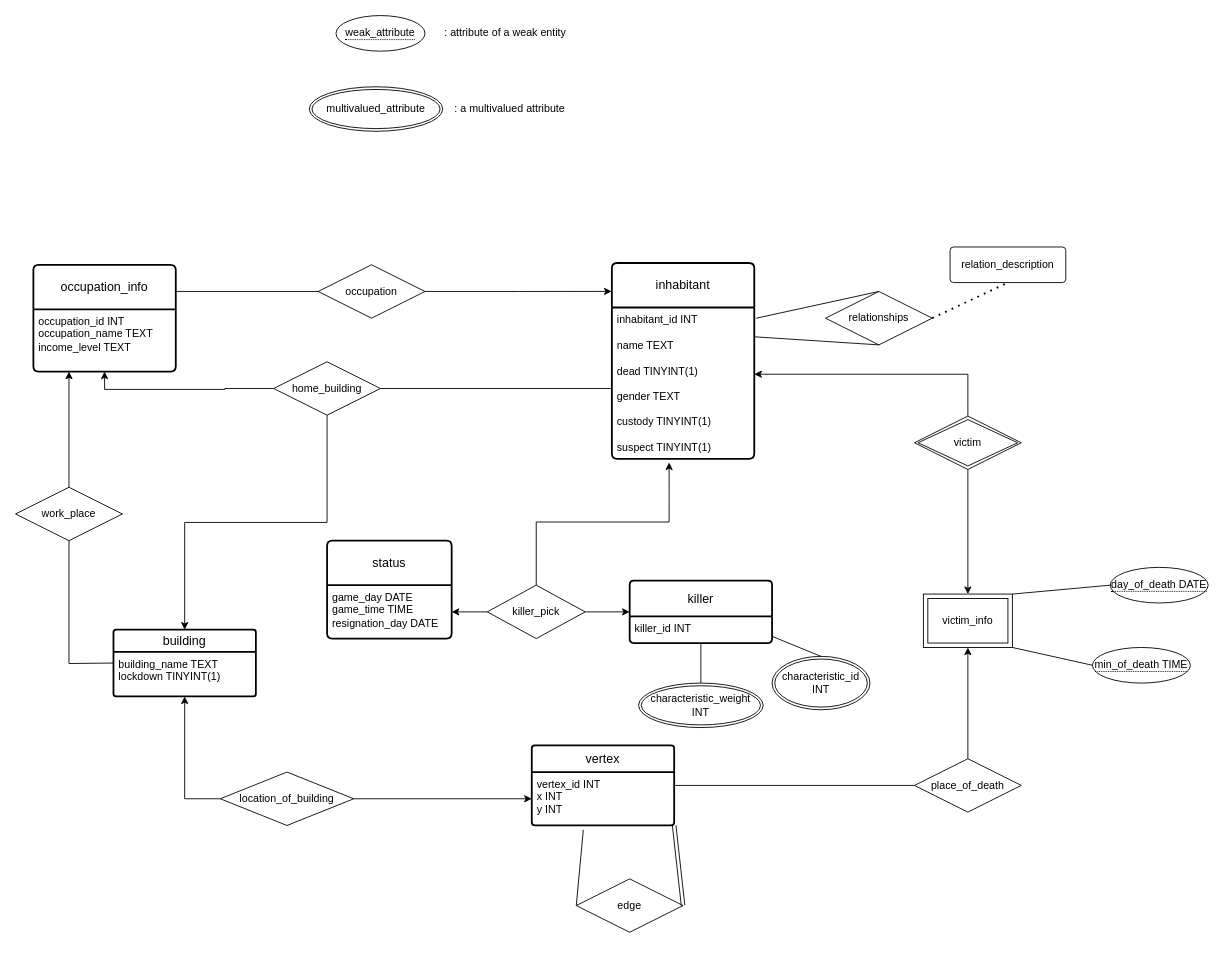
Before: ER_model.drawio in chikubidestroyer/D.-Simulator, a draw.io diagram. Source tidied: cells renumbered, new cells numbered last; positions are measured from the earlier drawing's top-left corner, leaving out a move shared by most shapes. Both pictures are drawn from the tidied source at 89%, with x=0, y=0 at pixel (15, 15).
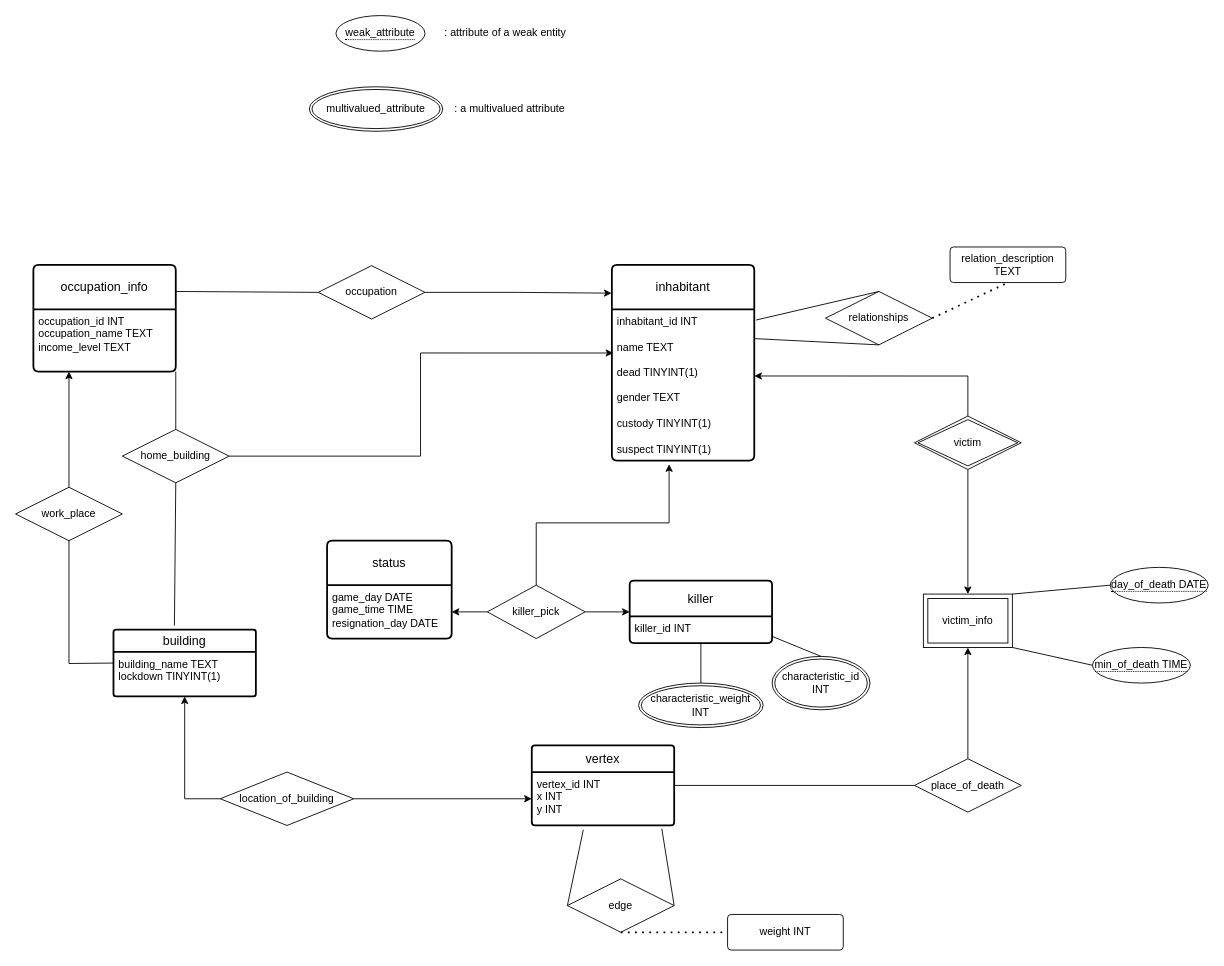
Above is the later version.

The change refers to these unchanged cells:
```xml
<mxCell id="7" value="inhabitant_id INT&lt;br&gt;&lt;br&gt;name TEXT&lt;br&gt;&lt;br style=&quot;border-color: var(--border-color); padding: 0px; margin: 0px;&quot;&gt;dead TINYINT(1)&lt;br&gt;&lt;br style=&quot;border-color: var(--border-color); padding: 0px; margin: 0px;&quot;&gt;gender TEXT&lt;br&gt;&lt;br style=&quot;border-color: var(--border-color); padding: 0px; margin: 0px;&quot;&gt;custody TINYINT(1)&lt;br&gt;&lt;br&gt;suspect TINYINT(1)" style="align=left;strokeColor=none;fillColor=none;spacingLeft=4;fontSize=12;verticalAlign=top;html=1;" parent="6" vertex="1">
  <mxGeometry y="50" width="160" height="170" as="geometry" />
</mxCell>
<mxCell id="15" value="vertex_id INT&lt;br&gt;x INT&lt;br&gt;y INT" style="align=left;strokeColor=none;fillColor=none;spacingLeft=4;fontSize=12;verticalAlign=top;html=1;" parent="14" vertex="1">
  <mxGeometry y="30" width="160" height="60" as="geometry" />
</mxCell>
<mxCell id="26" value="building" style="swimlane;horizontal=1;startSize=25;rounded=1;fontSize=14;fontStyle=0;strokeWidth=2;shadow=0;dashed=0;align=center;arcSize=4;whiteSpace=wrap;html=1;" parent="1" vertex="1">
  <mxGeometry x="110" y="690" width="160" height="75" as="geometry" />
</mxCell>
<mxCell id="36" value="occupation_id INT&lt;br&gt;occupation_name TEXT&lt;br&gt;income_level TEXT" style="align=left;strokeColor=none;fillColor=none;spacingLeft=4;fontSize=12;verticalAlign=top;html=1;" parent="35" vertex="1">
  <mxGeometry y="50" width="160" height="70" as="geometry" />
</mxCell>
```

What changed in the source:
```diff
@@
-    <mxCell id="3" value="relation_description" style="rounded=1;arcSize=10;whiteSpace=wrap;html=1;align=center;" parent="1" vertex="1">
+    <mxCell id="3" value="relation_description TEXT" style="rounded=1;arcSize=10;whiteSpace=wrap;html=1;align=center;" parent="1" vertex="1">
       <mxGeometry x="1050" y="260" width="130" height="40" as="geometry" />
     </mxCell>
@@
     <mxCell id="6" value="inhabitant" style="swimlane;horizontal=1;startSize=50;rounded=1;fontSize=14;fontStyle=0;strokeWidth=2;shadow=0;dashed=0;align=center;arcSize=4;whiteSpace=wrap;html=1;swimlaneBody=1;" parent="1" vertex="1">
-      <mxGeometry x="670" y="278" width="160" height="220" as="geometry" />
+      <mxGeometry x="670" y="280" width="160" height="220" as="geometry" />
     </mxCell>
@@
     <mxCell id="22" value="edge" style="shape=rhombus;perimeter=rhombusPerimeter;whiteSpace=wrap;html=1;align=center;" parent="1" vertex="1">
-      <mxGeometry x="630" y="970" width="120" height="60" as="geometry" />
+      <mxGeometry x="620" y="970" width="120" height="60" as="geometry" />
     </mxCell>
-    <mxCell id="23" style="shape=link;html=1;rounded=0;entryX=1;entryY=0.5;entryDx=0;entryDy=0;exitX=1;exitY=1;exitDx=0;exitDy=0;" parent="1" edge="1" source="15" target="22">
-      <mxGeometry relative="1" as="geometry" />
-    </mxCell>
-    <mxCell id="24" style="html=1;whiteSpace=wrap;align=right;verticalAlign=bottom;" parent="23" vertex="1">
-      <mxGeometry x="1" relative="1" as="geometry" />
-    </mxCell>
@@
-    <mxCell id="31" style="edgeStyle=orthogonalEdgeStyle;rounded=0;jettySize=auto;html=1;exitX=0.5;exitY=1;exitDx=0;exitDy=0;" parent="1" edge="1" source="33" target="26">
-      <mxGeometry relative="1" as="geometry" />
-    </mxCell>
-    <mxCell id="32" style="edgeStyle=orthogonalEdgeStyle;rounded=0;jettySize=auto;html=1;exitX=0;exitY=0.5;exitDx=0;exitDy=0;entryX=0.5;entryY=1;entryDx=0;entryDy=0;" parent="1" edge="1" source="33" target="36">
-      <mxGeometry relative="1" as="geometry" />
-    </mxCell>
     <mxCell id="33" value="home_building" style="shape=rhombus;perimeter=rhombusPerimeter;whiteSpace=wrap;html=1;align=center;" parent="1" vertex="1">
-      <mxGeometry x="290" y="389" width="120" height="60" as="geometry" />
+      <mxGeometry x="120" y="465" width="120" height="60" as="geometry" />
     </mxCell>
-    <mxCell id="34" style="endArrow=none;html=1;rounded=0;exitX=1;exitY=0.5;exitDx=0;exitDy=0;" parent="1" edge="1" source="33">
-      <mxGeometry relative="1" as="geometry">
-        <mxPoint x="670" y="419" as="targetPoint" />
-      </mxGeometry>
-    </mxCell>
@@
     <mxCell id="40" value="occupation" style="shape=rhombus;perimeter=rhombusPerimeter;whiteSpace=wrap;html=1;align=center;" parent="1" vertex="1">
-      <mxGeometry x="340" y="280" width="120" height="60" as="geometry" />
+      <mxGeometry x="340" y="281" width="120" height="60" as="geometry" />
     </mxCell>
@@
+    <mxCell id="59" value="weight INT" style="rounded=1;arcSize=10;whiteSpace=wrap;html=1;align=center;" parent="1" vertex="1">
+      <mxGeometry x="800" y="1010" width="130" height="40" as="geometry" />
+    </mxCell>
+    <mxCell id="60" style="endArrow=none;dashed=1;html=1;dashPattern=1 3;strokeWidth=2;rounded=0;entryX=0;entryY=0.5;entryDx=0;entryDy=0;exitX=0.5;exitY=1;exitDx=0;exitDy=0;" parent="1" edge="1" source="22" target="59">
+      <mxGeometry relative="1" as="geometry" />
+    </mxCell>
+    <mxCell id="61" style="edgeStyle=orthogonalEdgeStyle;rounded=0;jettySize=auto;html=1;exitX=1;exitY=0.5;exitDx=0;exitDy=0;entryX=0.01;entryY=0.289;entryDx=0;entryDy=0;entryPerimeter=0;" parent="1" edge="1" source="33" target="7">
+      <mxGeometry relative="1" as="geometry" />
+    </mxCell>
+    <mxCell id="32" style="endArrow=none;html=1;rounded=0;entryX=1;entryY=1;entryDx=0;entryDy=0;exitX=0.5;exitY=0;exitDx=0;exitDy=0;" parent="1" edge="1" source="33" target="36">
+      <mxGeometry relative="1" as="geometry" />
+    </mxCell>
+    <mxCell id="62" style="endArrow=none;html=1;rounded=0;entryX=0.5;entryY=1;entryDx=0;entryDy=0;exitX=0.428;exitY=-0.06;exitDx=0;exitDy=0;exitPerimeter=0;" parent="1" edge="1" source="26" target="33">
+      <mxGeometry relative="1" as="geometry" />
+    </mxCell>
+    <mxCell id="23" style="endArrow=none;html=1;rounded=0;entryX=1;entryY=0.5;entryDx=0;entryDy=0;exitX=0.913;exitY=1.06;exitDx=0;exitDy=0;exitPerimeter=0;" parent="1" edge="1" source="15" target="22">
+      <mxGeometry relative="1" as="geometry" />
+    </mxCell>
```
